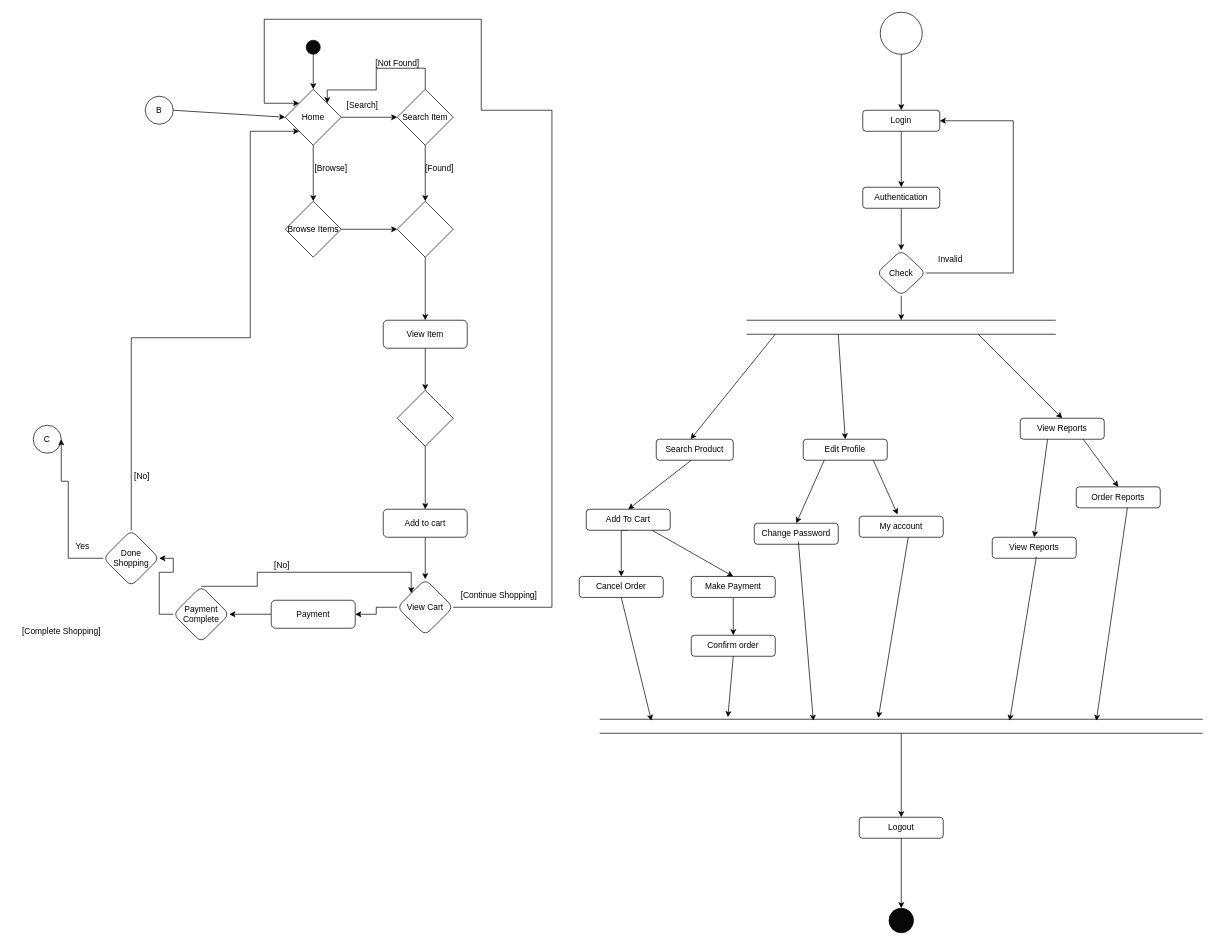
This is page "Set-C-AD" (1 of 2) of Untitled Diagram.drawio from Rohanpudasaini/SE, a draw.io file, before an edit. Source tidied: cells renumbered, new cells numbered last; positions are measured from the earlier drawing's top-left corner, leaving out a move shared by most shapes. Both pictures are drawn from the tidied source at 70%, with x=0, y=0 at pixel (12, 12).
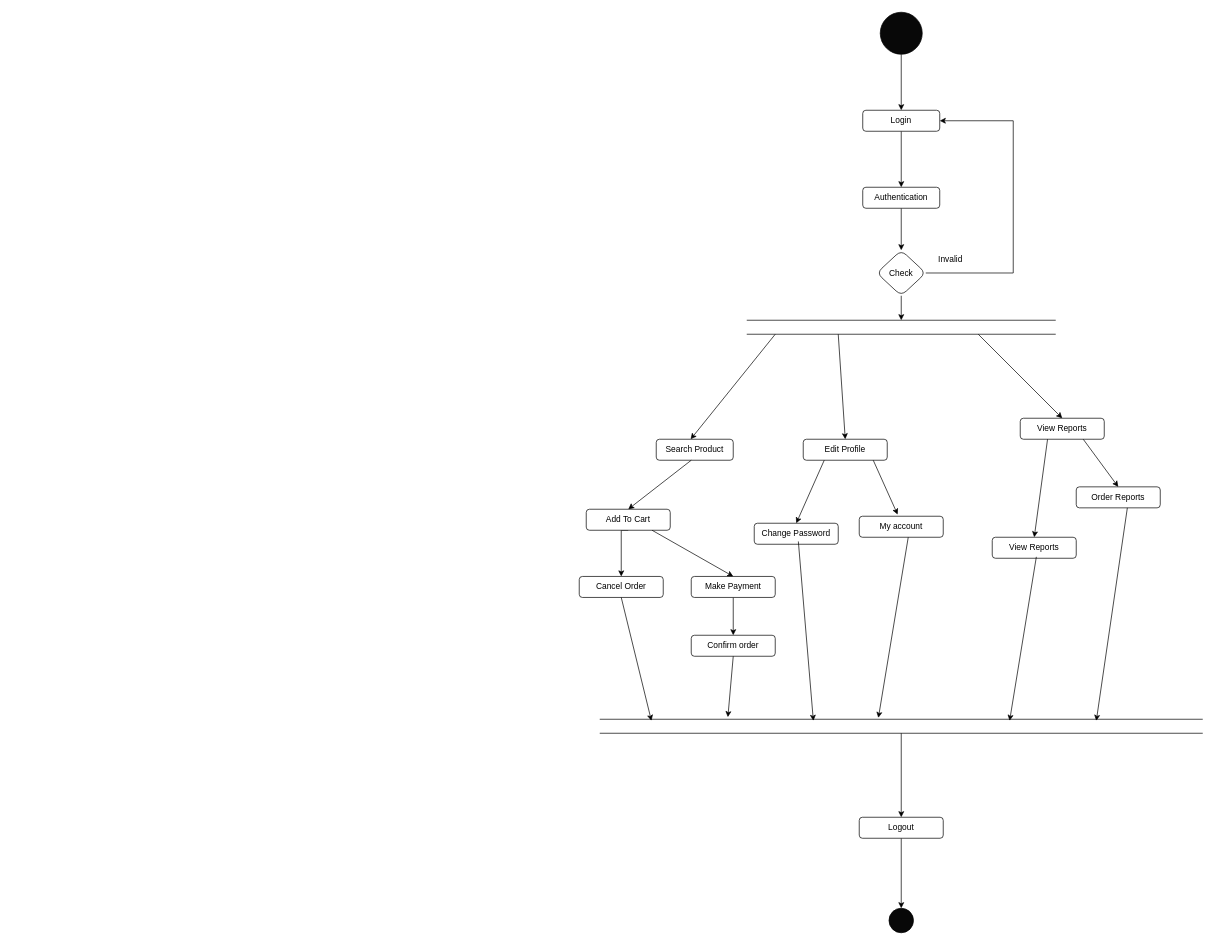
The same diagram, later.

Diff of the diagram source:
```diff
@@
-    <mxCell id="2" style="edgeStyle=orthogonalEdgeStyle;rounded=0;jettySize=auto;html=1;" parent="1" edge="1" source="3" target="6">
-      <mxGeometry relative="1" as="geometry" />
-    </mxCell>
-    <mxCell id="3" style="ellipse;whiteSpace=wrap;html=1;fillColor=#080808;" parent="1" vertex="1">
-      <mxGeometry x="420" y="40" width="20" height="20" as="geometry" />
-    </mxCell>
-    <mxCell id="4" style="edgeStyle=orthogonalEdgeStyle;rounded=0;jettySize=auto;html=1;" parent="1" edge="1" source="6" target="9">
-      <mxGeometry relative="1" as="geometry" />
-    </mxCell>
-    <mxCell id="5" style="edgeStyle=orthogonalEdgeStyle;rounded=0;jettySize=auto;html=1;" parent="1" edge="1" source="6" target="11">
-      <mxGeometry relative="1" as="geometry" />
-    </mxCell>
-    <mxCell id="6" value="Home" style="rhombus;whiteSpace=wrap;html=1;fillColor=#FFFFFF;" parent="1" vertex="1">
-      <mxGeometry x="390" y="110" width="80" height="80" as="geometry" />
-    </mxCell>
-    <mxCell id="7" style="edgeStyle=orthogonalEdgeStyle;rounded=0;jettySize=auto;html=1;entryX=1;entryY=0;entryDx=0;entryDy=0;" parent="1" edge="1" source="9" target="6">
-      <mxGeometry relative="1" as="geometry">
-        <Array as="points">
-          <mxPoint x="590" y="80" />
-          <mxPoint x="520" y="80" />
-          <mxPoint x="520" y="111" />
-          <mxPoint x="450" y="111" />
-        </Array>
-      </mxGeometry>
-    </mxCell>
-    <mxCell id="8" style="edgeStyle=orthogonalEdgeStyle;rounded=0;jettySize=auto;html=1;exitX=0.5;exitY=1;exitDx=0;exitDy=0;" parent="1" edge="1" source="9" target="16">
-      <mxGeometry relative="1" as="geometry" />
-    </mxCell>
-    <mxCell id="9" value="Search Item" style="rhombus;whiteSpace=wrap;html=1;fillColor=#FFFFFF;" parent="1" vertex="1">
-      <mxGeometry x="550" y="110" width="80" height="80" as="geometry" />
-    </mxCell>
-    <mxCell id="10" style="edgeStyle=orthogonalEdgeStyle;rounded=0;jettySize=auto;html=1;" parent="1" edge="1" source="11" target="16">
-      <mxGeometry relative="1" as="geometry" />
-    </mxCell>
-    <mxCell id="11" value="Browse Items" style="rhombus;whiteSpace=wrap;html=1;fillColor=#FFFFFF;" parent="1" vertex="1">
-      <mxGeometry x="390" y="270" width="80" height="80" as="geometry" />
-    </mxCell>
-    <mxCell id="12" value="B" style="ellipse;whiteSpace=wrap;html=1;fillColor=#FFFFFF;" parent="1" vertex="1">
-      <mxGeometry x="190" y="120" width="40" height="40" as="geometry" />
-    </mxCell>
-    <mxCell id="13" style="endArrow=classic;html=1;rounded=0;entryX=0;entryY=0.5;entryDx=0;entryDy=0;" parent="1" edge="1" target="6">
-      <mxGeometry relative="1" as="geometry">
-        <mxPoint x="230" y="140" as="sourcePoint" />
-      </mxGeometry>
-    </mxCell>
-    <mxCell id="14" value="[Not Found]" style="text;html=1;align=center;verticalAlign=middle;strokeColor=none;fillColor=none;" parent="1" vertex="1">
-      <mxGeometry x="505" y="58" width="90" height="30" as="geometry" />
-    </mxCell>
-    <mxCell id="15" style="edgeStyle=orthogonalEdgeStyle;rounded=0;jettySize=auto;html=1;" parent="1" edge="1" source="16" target="18">
-      <mxGeometry relative="1" as="geometry" />
-    </mxCell>
-    <mxCell id="16" style="rhombus;whiteSpace=wrap;html=1;fillColor=#FFFFFF;" parent="1" vertex="1">
-      <mxGeometry x="550" y="270" width="80" height="80" as="geometry" />
-    </mxCell>
-    <mxCell id="17" style="edgeStyle=orthogonalEdgeStyle;rounded=0;jettySize=auto;html=1;" parent="1" edge="1" source="18" target="23">
-      <mxGeometry relative="1" as="geometry" />
-    </mxCell>
-    <mxCell id="18" value="View Item" style="whiteSpace=wrap;html=1;fillColor=#FFFFFF;rounded=1;" parent="1" vertex="1">
-      <mxGeometry x="530" y="440" width="120" height="40" as="geometry" />
-    </mxCell>
-    <mxCell id="19" value="[Found]" style="text;html=1;align=center;verticalAlign=middle;strokeColor=none;fillColor=none;rotation=0;" parent="1" vertex="1">
-      <mxGeometry x="580" y="208" width="60" height="30" as="geometry" />
-    </mxCell>
-    <mxCell id="20" value="[Search]" style="text;html=1;align=center;verticalAlign=middle;strokeColor=none;fillColor=none;" parent="1" vertex="1">
-      <mxGeometry x="465" y="118" width="70" height="30" as="geometry" />
-    </mxCell>
-    <mxCell id="21" value="[Browse]" style="text;html=1;align=center;verticalAlign=middle;strokeColor=none;fillColor=none;" parent="1" vertex="1">
-      <mxGeometry x="420" y="208" width="70" height="30" as="geometry" />
-    </mxCell>
-    <mxCell id="22" style="edgeStyle=orthogonalEdgeStyle;rounded=0;jettySize=auto;html=1;" parent="1" edge="1" source="23" target="25">
-      <mxGeometry relative="1" as="geometry" />
-    </mxCell>
-    <mxCell id="23" style="rhombus;whiteSpace=wrap;html=1;fillColor=#FFFFFF;" parent="1" vertex="1">
-      <mxGeometry x="550" y="540" width="80" height="80" as="geometry" />
-    </mxCell>
-    <mxCell id="24" style="edgeStyle=orthogonalEdgeStyle;rounded=0;jettySize=auto;html=1;" parent="1" edge="1" source="25" target="28">
-      <mxGeometry relative="1" as="geometry" />
-    </mxCell>
-    <mxCell id="25" value="Add to cart" style="rounded=1;whiteSpace=wrap;html=1;fillColor=#FFFFFF;glass=0;" parent="1" vertex="1">
-      <mxGeometry x="530" y="710" width="120" height="40" as="geometry" />
-    </mxCell>
-    <mxCell id="26" style="edgeStyle=orthogonalEdgeStyle;rounded=0;jettySize=auto;html=1;exitX=1;exitY=0.5;exitDx=0;exitDy=0;entryX=0;entryY=0;entryDx=0;entryDy=0;" parent="1" edge="1" source="28" target="6">
-      <mxGeometry relative="1" as="geometry">
-        <Array as="points">
-          <mxPoint x="771" y="850" />
-          <mxPoint x="771" y="140" />
-          <mxPoint x="670" y="140" />
-          <mxPoint x="670" y="10" />
-          <mxPoint x="360" y="10" />
-          <mxPoint x="360" y="130" />
-        </Array>
-      </mxGeometry>
-    </mxCell>
-    <mxCell id="27" style="edgeStyle=orthogonalEdgeStyle;rounded=0;jettySize=auto;html=1;" parent="1" edge="1" source="28" target="31">
-      <mxGeometry relative="1" as="geometry" />
-    </mxCell>
-    <mxCell id="28" value="View Cart" style="rhombus;whiteSpace=wrap;html=1;fillColor=#FFFFFF;rounded=1;" parent="1" vertex="1">
-      <mxGeometry x="550" y="810" width="80" height="80" as="geometry" />
-    </mxCell>
-    <mxCell id="29" value="[Continue Shopping]" style="text;html=1;align=center;verticalAlign=middle;strokeColor=none;fillColor=none;" parent="1" vertex="1">
-      <mxGeometry x="630" y="818" width="130" height="30" as="geometry" />
-    </mxCell>
-    <mxCell id="30" style="edgeStyle=orthogonalEdgeStyle;rounded=0;jettySize=auto;html=1;" parent="1" edge="1" source="31" target="34">
-      <mxGeometry relative="1" as="geometry" />
-    </mxCell>
-    <mxCell id="31" value="Payment" style="whiteSpace=wrap;html=1;fillColor=#FFFFFF;rounded=1;" parent="1" vertex="1">
-      <mxGeometry x="370" y="840" width="120" height="40" as="geometry" />
-    </mxCell>
-    <mxCell id="32" style="edgeStyle=orthogonalEdgeStyle;rounded=0;jettySize=auto;html=1;exitX=0.5;exitY=0;exitDx=0;exitDy=0;entryX=0;entryY=0;entryDx=0;entryDy=0;" parent="1" edge="1" source="34" target="28">
-      <mxGeometry relative="1" as="geometry">
-        <Array as="points">
-          <mxPoint x="350" y="820" />
-          <mxPoint x="350" y="800" />
-          <mxPoint x="570" y="800" />
-        </Array>
-      </mxGeometry>
-    </mxCell>
-    <mxCell id="33" style="edgeStyle=orthogonalEdgeStyle;rounded=0;jettySize=auto;html=1;" parent="1" edge="1" source="34" target="40">
-      <mxGeometry relative="1" as="geometry" />
-    </mxCell>
-    <mxCell id="34" value="Payment Complete" style="rhombus;whiteSpace=wrap;html=1;fillColor=#FFFFFF;rounded=1;" parent="1" vertex="1">
-      <mxGeometry x="230" y="820" width="80" height="80" as="geometry" />
-    </mxCell>
-    <mxCell id="35" value="[No]" style="text;html=1;align=center;verticalAlign=middle;strokeColor=none;fillColor=none;" parent="1" vertex="1">
-      <mxGeometry x="360" y="776" width="50" height="30" as="geometry" />
-    </mxCell>
-    <mxCell id="36" value="C" style="ellipse;whiteSpace=wrap;html=1;fillColor=#FFFFFF;" parent="1" vertex="1">
-      <mxGeometry x="30" y="590" width="40" height="40" as="geometry" />
-    </mxCell>
-    <mxCell id="37" value="[Complete Shopping]" style="text;html=1;align=center;verticalAlign=middle;strokeColor=none;fillColor=none;" parent="1" vertex="1">
-      <mxGeometry y="870" width="140" height="30" as="geometry" />
-    </mxCell>
-    <mxCell id="38" style="edgeStyle=orthogonalEdgeStyle;rounded=0;jettySize=auto;html=1;entryX=1;entryY=0.5;entryDx=0;entryDy=0;" parent="1" edge="1" source="40" target="36">
-      <mxGeometry relative="1" as="geometry">
-        <Array as="points">
-          <mxPoint x="80" y="780" />
-          <mxPoint x="80" y="670" />
-        </Array>
-      </mxGeometry>
-    </mxCell>
-    <mxCell id="39" style="edgeStyle=orthogonalEdgeStyle;rounded=0;jettySize=auto;html=1;exitX=0.5;exitY=0;exitDx=0;exitDy=0;entryX=0;entryY=1;entryDx=0;entryDy=0;" parent="1" edge="1" source="40" target="6">
-      <mxGeometry relative="1" as="geometry">
-        <Array as="points">
-          <mxPoint x="170" y="465" />
-          <mxPoint x="340" y="465" />
-          <mxPoint x="340" y="170" />
-        </Array>
-      </mxGeometry>
-    </mxCell>
-    <mxCell id="40" value="Done Shopping" style="rhombus;whiteSpace=wrap;html=1;fillColor=#FFFFFF;rounded=1;" parent="1" vertex="1">
-      <mxGeometry x="130" y="740" width="80" height="80" as="geometry" />
-    </mxCell>
-    <mxCell id="41" value="Yes" style="text;html=1;align=center;verticalAlign=middle;strokeColor=none;fillColor=none;" parent="1" vertex="1">
-      <mxGeometry x="80" y="748" width="40" height="30" as="geometry" />
-    </mxCell>
-    <mxCell id="42" value="[No]" style="text;html=1;align=center;verticalAlign=middle;strokeColor=none;fillColor=none;" parent="1" vertex="1">
-      <mxGeometry x="160" y="648" width="50" height="30" as="geometry" />
-    </mxCell>
@@
-    <mxCell id="44" style="ellipse;whiteSpace=wrap;html=1;" parent="1" vertex="1">
+    <mxCell id="44" style="ellipse;whiteSpace=wrap;html=1;fillColor=#080808;" parent="1" vertex="1">
       <mxGeometry x="1240" width="60" height="60" as="geometry" />
     </mxCell>
```
